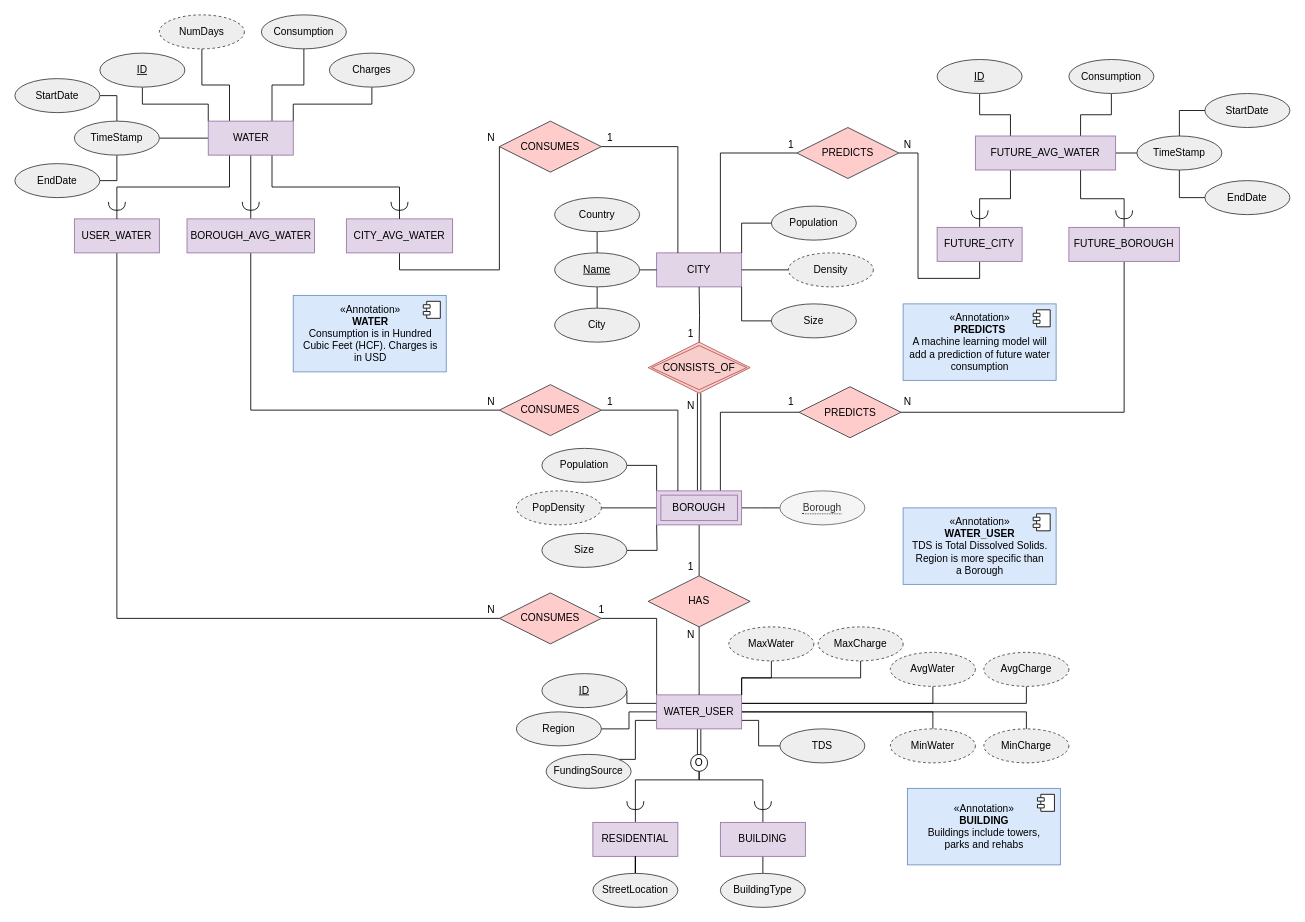
Above: Design/src/UML_Diagram.drawio in Alex0Blackwell/water-conservation-prediction (draw.io), before the change. Source tidied: cells renumbered, new cells numbered last; positions are measured from the earlier drawing's top-left corner, leaving out a move shared by most shapes. Both pictures are drawn from the tidied source at 85%, with x=0, y=0 at pixel (14, 14).
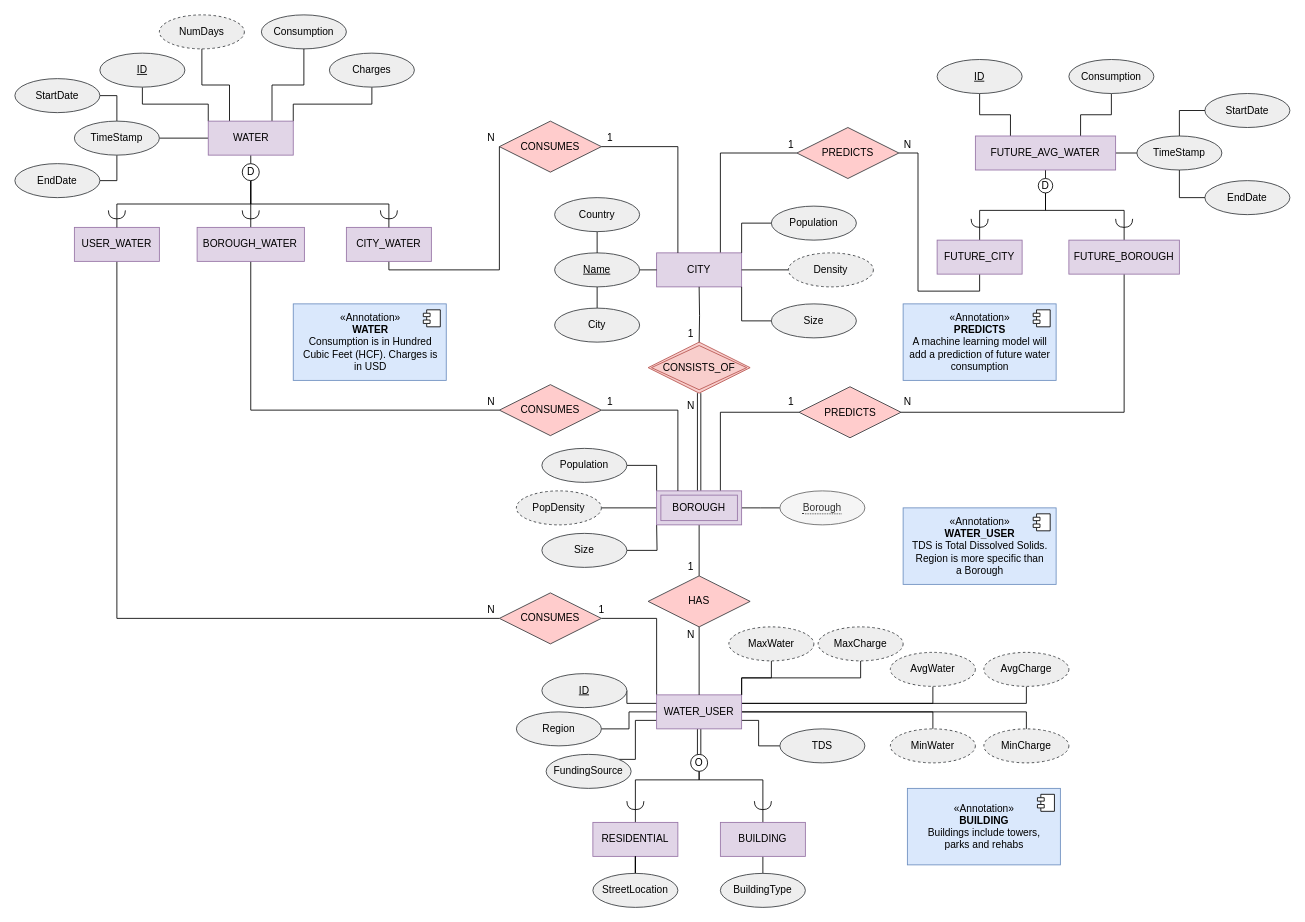
The same diagram, later.

Commit message (it also covers changes not shown here):
Update UML diagram and schema for minor errors

The change refers to these unchanged cells:
```xml
<mxCell id="109" value="FUTURE_AVG_WATER" style="whiteSpace=wrap;html=1;align=center;fillColor=#e1d5e7;strokeColor=#9673a6;" parent="1" vertex="1">
  <mxGeometry x="1130" y="142.5" width="165" height="40" as="geometry" />
</mxCell>
<mxCell id="117" value="CONSUMES" style="shape=rhombus;perimeter=rhombusPerimeter;whiteSpace=wrap;html=1;align=center;fillColor=#ffcccc;strokeColor=#36393d;" parent="1" vertex="1">
  <mxGeometry x="570" y="125" width="120" height="60" as="geometry" />
</mxCell>
<mxCell id="129" value="WATER" style="whiteSpace=wrap;html=1;align=center;fillColor=#e1d5e7;strokeColor=#9673a6;" parent="1" vertex="1">
  <mxGeometry x="227.5" y="125" width="100" height="40" as="geometry" />
</mxCell>
```

Change to the diagram source:
```diff
@@
     <mxCell id="52" value="«Annotation»&lt;br&gt;&lt;div&gt;&lt;b&gt;WATER&lt;/b&gt;&lt;/div&gt;&lt;div&gt;Consumption is in Hundred&lt;/div&gt;&lt;div&gt;Cubic Feet (HCF). Charges is&lt;/div&gt;&lt;div&gt;in USD&lt;/div&gt;" style="html=1;fillColor=#dae8fc;strokeColor=#6c8ebf;" parent="1" vertex="1">
-      <mxGeometry x="327.5" y="330" width="180" height="90" as="geometry" />
+      <mxGeometry x="327.5" y="340" width="180" height="90" as="geometry" />
     </mxCell>
@@
     <mxCell id="57" value="USER_WATER" style="whiteSpace=wrap;html=1;align=center;fillColor=#e1d5e7;strokeColor=#9673a6;" parent="1" vertex="1">
-      <mxGeometry x="70" y="240" width="100" height="40" as="geometry" />
+      <mxGeometry x="70" y="250" width="100" height="40" as="geometry" />
     </mxCell>
@@
-    <mxCell id="107" style="edgeStyle=orthogonalEdgeStyle;rounded=0;jettySize=auto;html=1;exitX=0.25;exitY=1;exitDx=0;exitDy=0;entryX=0.5;entryY=0;entryDx=0;entryDy=0;endArrow=none;endFill=0;" parent="1" edge="1" source="109" target="136">
-      <mxGeometry relative="1" as="geometry" />
+    <mxCell id="107" style="edgeStyle=orthogonalEdgeStyle;rounded=0;jettySize=auto;html=1;exitX=0.5;exitY=1;exitDx=0;exitDy=0;entryX=0.5;entryY=0;entryDx=0;entryDy=0;endArrow=none;endFill=0;" parent="1" edge="1" source="144" target="136">
+      <mxGeometry relative="1" as="geometry">
+        <Array as="points">
+          <mxPoint x="1213" y="230" />
+          <mxPoint x="1135" y="230" />
+        </Array>
+      </mxGeometry>
     </mxCell>
-    <mxCell id="108" style="edgeStyle=orthogonalEdgeStyle;rounded=0;jettySize=auto;html=1;exitX=0.75;exitY=1;exitDx=0;exitDy=0;entryX=0.5;entryY=0;entryDx=0;entryDy=0;endArrow=none;endFill=0;" parent="1" edge="1" source="109" target="137">
-      <mxGeometry relative="1" as="geometry" />
+    <mxCell id="108" style="edgeStyle=orthogonalEdgeStyle;rounded=0;jettySize=auto;html=1;exitX=0.5;exitY=1;exitDx=0;exitDy=0;entryX=0.5;entryY=0;entryDx=0;entryDy=0;endArrow=none;endFill=0;" parent="1" edge="1" source="144" target="137">
+      <mxGeometry relative="1" as="geometry">
+        <Array as="points">
+          <mxPoint x="1213" y="230" />
+          <mxPoint x="1305" y="230" />
+        </Array>
+      </mxGeometry>
     </mxCell>
+    <mxCell id="141" style="edgeStyle=orthogonalEdgeStyle;rounded=0;jettySize=auto;html=1;exitX=0.5;exitY=1;exitDx=0;exitDy=0;entryX=0.5;entryY=0;entryDx=0;entryDy=0;endArrow=none;endFill=0;" parent="1" edge="1" source="109" target="144">
+      <mxGeometry relative="1" as="geometry" />
+    </mxCell>
@@
     <mxCell id="124" style="edgeStyle=orthogonalEdgeStyle;rounded=0;jettySize=auto;html=1;exitX=0.5;exitY=1;exitDx=0;exitDy=0;entryX=0;entryY=0.5;entryDx=0;entryDy=0;endArrow=none;endFill=0;" parent="1" edge="1" source="125" target="117">
       <mxGeometry relative="1" as="geometry">
         <Array as="points">
-          <mxPoint x="453" y="300" />
+          <mxPoint x="440" y="300" />
           <mxPoint x="570" y="300" />
         </Array>
       </mxGeometry>
     </mxCell>
-    <mxCell id="125" value="CITY_AVG_WATER" style="whiteSpace=wrap;html=1;align=center;fillColor=#e1d5e7;strokeColor=#9673a6;" parent="1" vertex="1">
-      <mxGeometry x="390" y="240" width="125" height="40" as="geometry" />
+    <mxCell id="125" value="CITY_WATER" style="whiteSpace=wrap;html=1;align=center;fillColor=#e1d5e7;strokeColor=#9673a6;" parent="1" vertex="1">
+      <mxGeometry x="390" y="250" width="100" height="40" as="geometry" />
     </mxCell>
-    <mxCell id="126" style="edgeStyle=orthogonalEdgeStyle;rounded=0;jettySize=auto;html=1;exitX=0.5;exitY=1;exitDx=0;exitDy=0;endArrow=none;endFill=0;" parent="1" edge="1" source="129" target="131">
+    <mxCell id="126" style="edgeStyle=orthogonalEdgeStyle;rounded=0;jettySize=auto;html=1;endArrow=none;endFill=0;exitX=0.5;exitY=1;exitDx=0;exitDy=0;" parent="1" edge="1" source="143" target="131">
       <mxGeometry relative="1" as="geometry" />
     </mxCell>
-    <mxCell id="127" style="edgeStyle=orthogonalEdgeStyle;rounded=0;jettySize=auto;html=1;exitX=0.25;exitY=1;exitDx=0;exitDy=0;entryX=0.5;entryY=0;entryDx=0;entryDy=0;endArrow=none;endFill=0;" parent="1" edge="1" source="129" target="57">
+    <mxCell id="127" style="edgeStyle=orthogonalEdgeStyle;rounded=0;jettySize=auto;html=1;entryX=0.5;entryY=0;entryDx=0;entryDy=0;endArrow=none;endFill=0;exitX=0.5;exitY=1;exitDx=0;exitDy=0;" parent="1" edge="1" source="143" target="57">
       <mxGeometry relative="1" as="geometry" />
     </mxCell>
-    <mxCell id="128" style="edgeStyle=orthogonalEdgeStyle;rounded=0;jettySize=auto;html=1;exitX=0.75;exitY=1;exitDx=0;exitDy=0;entryX=0.5;entryY=0;entryDx=0;entryDy=0;endArrow=none;endFill=0;" parent="1" edge="1" source="129" target="125">
+    <mxCell id="128" style="edgeStyle=orthogonalEdgeStyle;rounded=0;jettySize=auto;html=1;entryX=0.5;entryY=0;entryDx=0;entryDy=0;endArrow=none;endFill=0;exitX=0.5;exitY=1;exitDx=0;exitDy=0;" parent="1" edge="1" source="143" target="125">
       <mxGeometry relative="1" as="geometry" />
     </mxCell>
+    <mxCell id="142" style="edgeStyle=orthogonalEdgeStyle;rounded=0;jettySize=auto;html=1;exitX=0.5;exitY=1;exitDx=0;exitDy=0;entryX=0.5;entryY=0;entryDx=0;entryDy=0;endArrow=none;endFill=0;" parent="1" edge="1" source="129" target="143">
+      <mxGeometry relative="1" as="geometry" />
+    </mxCell>
@@
-    <mxCell id="131" value="BOROUGH_AVG_WATER" style="whiteSpace=wrap;html=1;align=center;fillColor=#e1d5e7;strokeColor=#9673a6;" parent="1" vertex="1">
-      <mxGeometry x="202.5" y="240" width="150" height="40" as="geometry" />
+    <mxCell id="131" value="BOROUGH_WATER" style="whiteSpace=wrap;html=1;align=center;fillColor=#e1d5e7;strokeColor=#9673a6;" parent="1" vertex="1">
+      <mxGeometry x="214.4" y="250" width="126.2" height="40" as="geometry" />
     </mxCell>
     <mxCell id="132" style="shape=requiredInterface;html=1;verticalLabelPosition=bottom;rotation=90;" parent="1" vertex="1">
-      <mxGeometry x="115" y="215" width="10" height="20" as="geometry" />
+      <mxGeometry x="115" y="225" width="10" height="20" as="geometry" />
     </mxCell>
     <mxCell id="133" style="shape=requiredInterface;html=1;verticalLabelPosition=bottom;rotation=90;" parent="1" vertex="1">
-      <mxGeometry x="272.5" y="215" width="10" height="20" as="geometry" />
+      <mxGeometry x="272.5" y="225" width="10" height="20" as="geometry" />
     </mxCell>
     <mxCell id="134" style="shape=requiredInterface;html=1;verticalLabelPosition=bottom;rotation=90;" parent="1" vertex="1">
-      <mxGeometry x="447.5" y="215" width="10" height="20" as="geometry" />
+      <mxGeometry x="435" y="225" width="10" height="20" as="geometry" />
     </mxCell>
@@
     <mxCell id="136" value="FUTURE_CITY" style="whiteSpace=wrap;html=1;align=center;fillColor=#e1d5e7;strokeColor=#9673a6;" parent="1" vertex="1">
-      <mxGeometry x="1085" y="250" width="100" height="40" as="geometry" />
+      <mxGeometry x="1085" y="265" width="100" height="40" as="geometry" />
     </mxCell>
     <mxCell id="137" value="FUTURE_BOROUGH" style="whiteSpace=wrap;html=1;align=center;fillColor=#e1d5e7;strokeColor=#9673a6;" parent="1" vertex="1">
-      <mxGeometry x="1240" y="250" width="130" height="40" as="geometry" />
+      <mxGeometry x="1240" y="265" width="130" height="40" as="geometry" />
     </mxCell>
     <mxCell id="138" style="shape=requiredInterface;html=1;verticalLabelPosition=bottom;rotation=90;" parent="1" vertex="1">
-      <mxGeometry x="1130" y="225" width="10" height="20" as="geometry" />
+      <mxGeometry x="1130" y="235" width="10" height="20" as="geometry" />
     </mxCell>
     <mxCell id="139" style="shape=requiredInterface;html=1;verticalLabelPosition=bottom;rotation=90;" parent="1" vertex="1">
-      <mxGeometry x="1300" y="225" width="10" height="20" as="geometry" />
+      <mxGeometry x="1300" y="235" width="10" height="20" as="geometry" />
     </mxCell>
@@
+    <mxCell id="143" value="D" style="ellipse;whiteSpace=wrap;html=1;" parent="1" vertex="1">
+      <mxGeometry x="267.5" y="175" width="20" height="20" as="geometry" />
+    </mxCell>
+    <mxCell id="144" value="D" style="ellipse;whiteSpace=wrap;html=1;" parent="1" vertex="1">
+      <mxGeometry x="1204" y="192.5" width="17" height="17" as="geometry" />
+    </mxCell>
```
